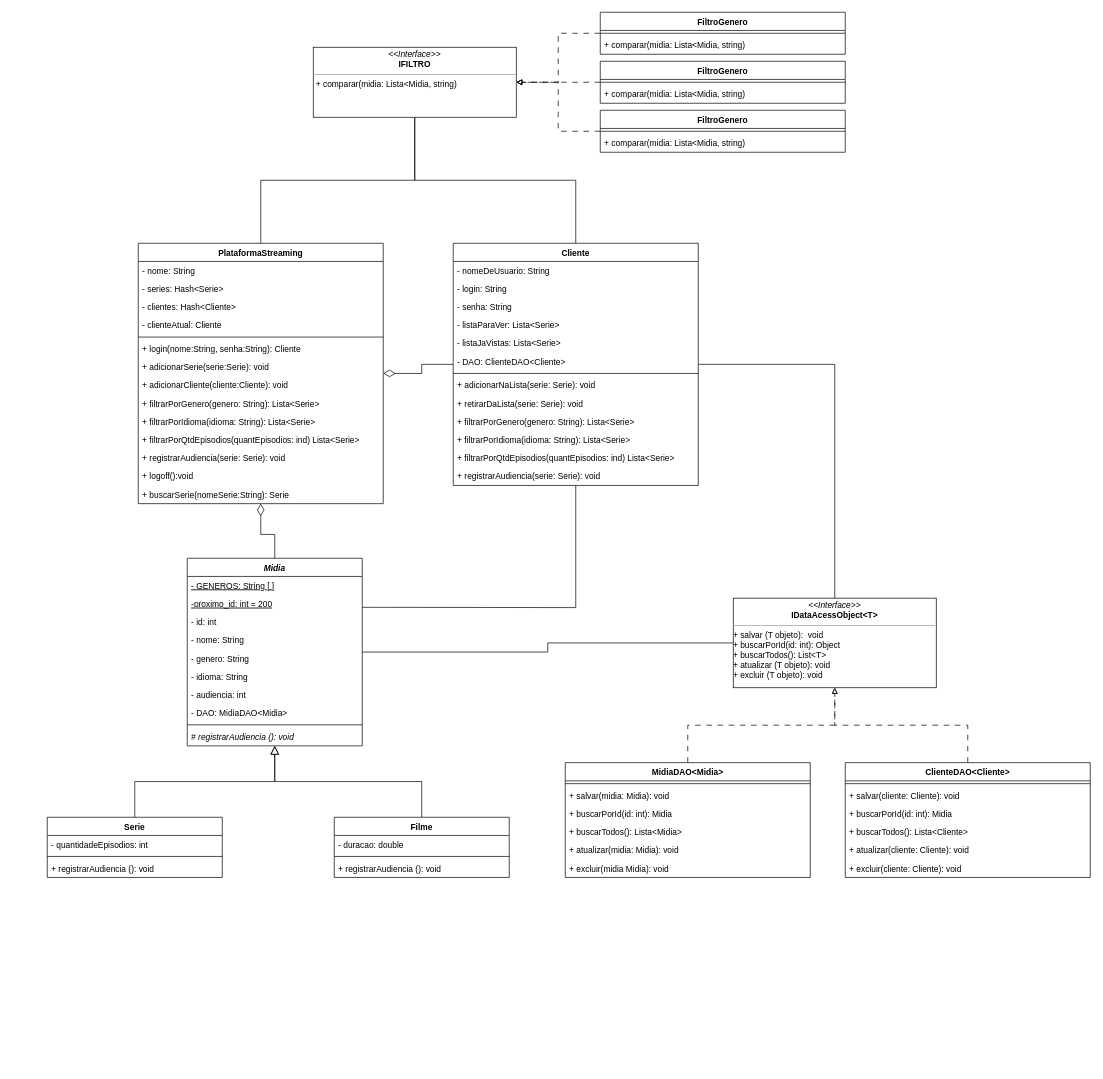
Earlier version of the draw.io diagram codigo/docs/diagrama/Classe/3.0.0/DiagramaClasse-v3.0.0.drawio (DisciplinasProgramacao/lpm_projetos_3_4_5-grupo6). Source tidied: cells renumbered, new cells numbered last; positions are measured from the earlier drawing's top-left corner, leaving out a move shared by most shapes. Both pictures are drawn from the tidied source at 70%, with x=0, y=0 at pixel (47, 12).
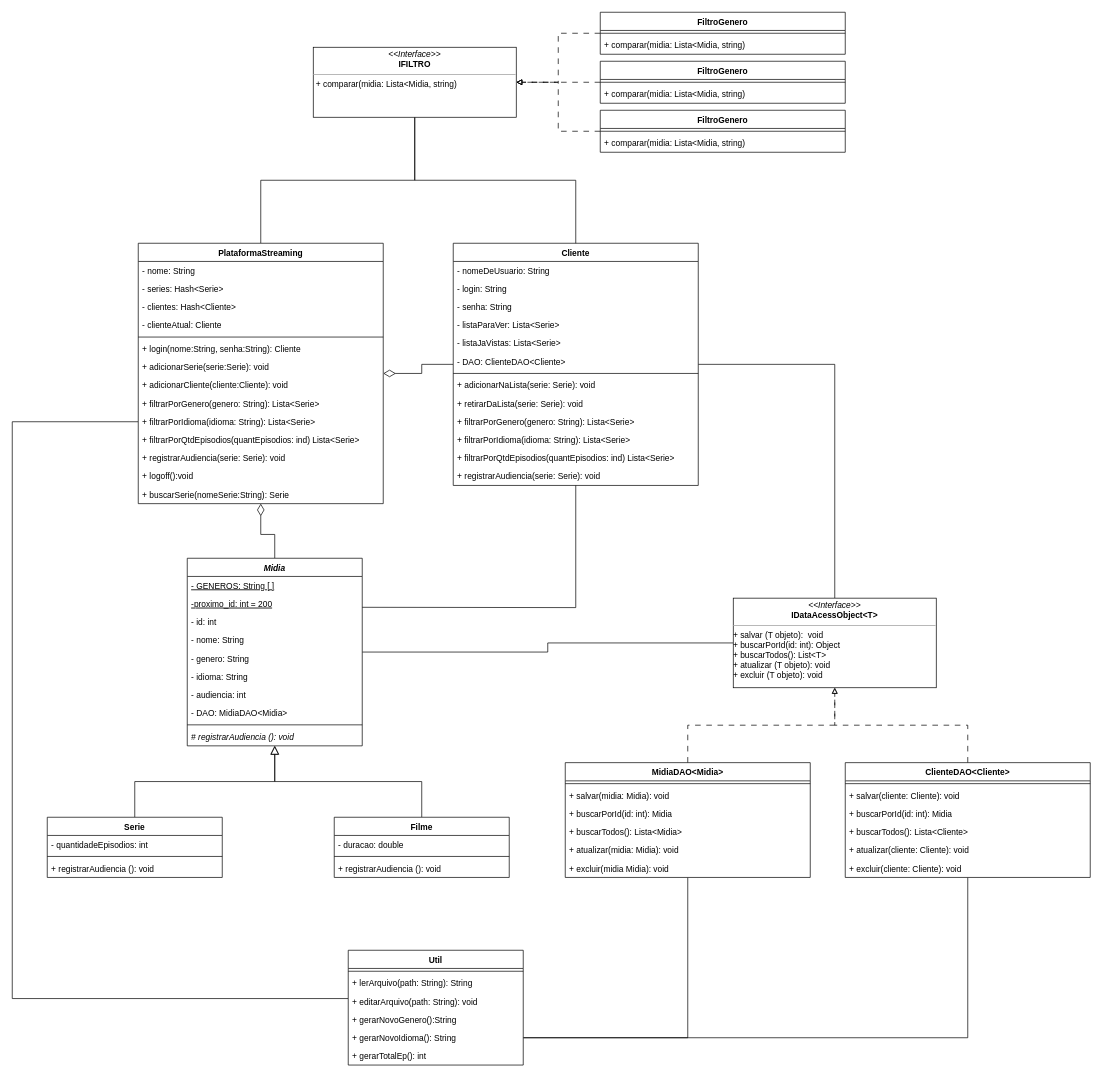
The same diagram, later.

Commit message (it also covers changes not shown here):
atualização diagrama de classe

The change refers to these unchanged cells:
```xml
<mxCell id="34" value="+ filtrarPorIdioma(idioma: String): Lista&lt;Serie&gt;" style="text;strokeColor=none;fillColor=none;align=left;verticalAlign=top;spacingLeft=4;spacingRight=4;overflow=hidden;points=[[0,0.5],[1,0.5]];portConstraint=eastwest;" parent="24" vertex="1">
  <mxGeometry y="242" width="350" height="26" as="geometry" />
</mxCell>
<mxCell id="74" value="MidiaDAO&lt;Midia&gt;" style="swimlane;fontStyle=1;align=center;verticalAlign=top;horizontal=1;startSize=26;swimlaneFillColor=default;fillColor=default;strokeColor=default;" parent="1" vertex="1">
  <mxGeometry x="740" y="1072" width="350" height="164" as="geometry" />
</mxCell>
<mxCell id="82" value="ClienteDAO&lt;Cliente&gt;" style="swimlane;fontStyle=1;align=center;verticalAlign=top;horizontal=1;startSize=26;swimlaneFillColor=default;fillColor=default;strokeColor=default;" parent="1" vertex="1">
  <mxGeometry x="1140" y="1072" width="350" height="164" as="geometry" />
</mxCell>
```

What changed in the source:
```diff
@@
+    <mxCell id="89" style="edgeStyle=orthogonalEdgeStyle;rounded=0;jettySize=auto;html=1;exitX=0;exitY=0.5;exitDx=0;exitDy=0;endArrow=none;endFill=0;" parent="1" edge="1" source="34" target="92">
+      <mxGeometry relative="1" as="geometry">
+        <Array as="points">
+          <mxPoint x="-50" y="585" />
+          <mxPoint x="-50" y="1409" />
+        </Array>
+      </mxGeometry>
+    </mxCell>
@@
+    <mxCell id="90" style="edgeStyle=orthogonalEdgeStyle;rounded=0;jettySize=auto;html=1;endArrow=none;endFill=0;" parent="1" edge="1" source="74" target="97">
+      <mxGeometry relative="1" as="geometry" />
+    </mxCell>
@@
+    <mxCell id="91" style="edgeStyle=orthogonalEdgeStyle;rounded=0;jettySize=auto;html=1;endArrow=none;endFill=0;" parent="1" edge="1" source="82" target="97">
+      <mxGeometry relative="1" as="geometry" />
+    </mxCell>
@@
+    <mxCell id="92" value="Util" style="swimlane;fontStyle=1;align=center;verticalAlign=top;horizontal=1;startSize=26;labelBackgroundColor=none;gradientColor=none;swimlaneFillColor=default;" parent="1" vertex="1">
+      <mxGeometry x="430" y="1340" width="250" height="164" as="geometry" />
+    </mxCell>
+    <mxCell id="93" style="line;strokeWidth=1;fillColor=none;align=left;verticalAlign=middle;spacingTop=-1;spacingLeft=3;spacingRight=3;labelPosition=right;strokeColor=inherit;" parent="92" vertex="1">
+      <mxGeometry y="26" width="250" height="8" as="geometry" />
+    </mxCell>
+    <mxCell id="94" value="+ lerArquivo(path: String): String" style="text;strokeColor=none;fillColor=none;align=left;verticalAlign=top;spacingLeft=4;spacingRight=4;overflow=hidden;fontStyle=0;" parent="92" vertex="1">
+      <mxGeometry y="34" width="250" height="26" as="geometry" />
+    </mxCell>
+    <mxCell id="95" value="+ editarArquivo(path: String): void" style="text;strokeColor=none;fillColor=none;align=left;verticalAlign=top;spacingLeft=4;spacingRight=4;overflow=hidden;fontStyle=0;" parent="92" vertex="1">
+      <mxGeometry y="60" width="250" height="26" as="geometry" />
+    </mxCell>
+    <mxCell id="96" value="+ gerarNovoGenero():String" style="text;strokeColor=none;fillColor=none;align=left;verticalAlign=top;spacingLeft=4;spacingRight=4;overflow=hidden;fontStyle=0;" parent="92" vertex="1">
+      <mxGeometry y="86" width="250" height="26" as="geometry" />
+    </mxCell>
+    <mxCell id="97" value="+ gerarNovoIdioma(): String" style="text;strokeColor=none;fillColor=none;align=left;verticalAlign=top;spacingLeft=4;spacingRight=4;overflow=hidden;points=[[0,0.5],[1,0.5]];portConstraint=eastwest;fontStyle=0;" parent="92" vertex="1">
+      <mxGeometry y="112" width="250" height="26" as="geometry" />
+    </mxCell>
+    <mxCell id="98" value="+ gerarTotalEp(): int" style="text;strokeColor=none;fillColor=none;align=left;verticalAlign=top;spacingLeft=4;spacingRight=4;overflow=hidden;fontStyle=0;" parent="92" vertex="1">
+      <mxGeometry y="138" width="250" height="26" as="geometry" />
+    </mxCell>
```
